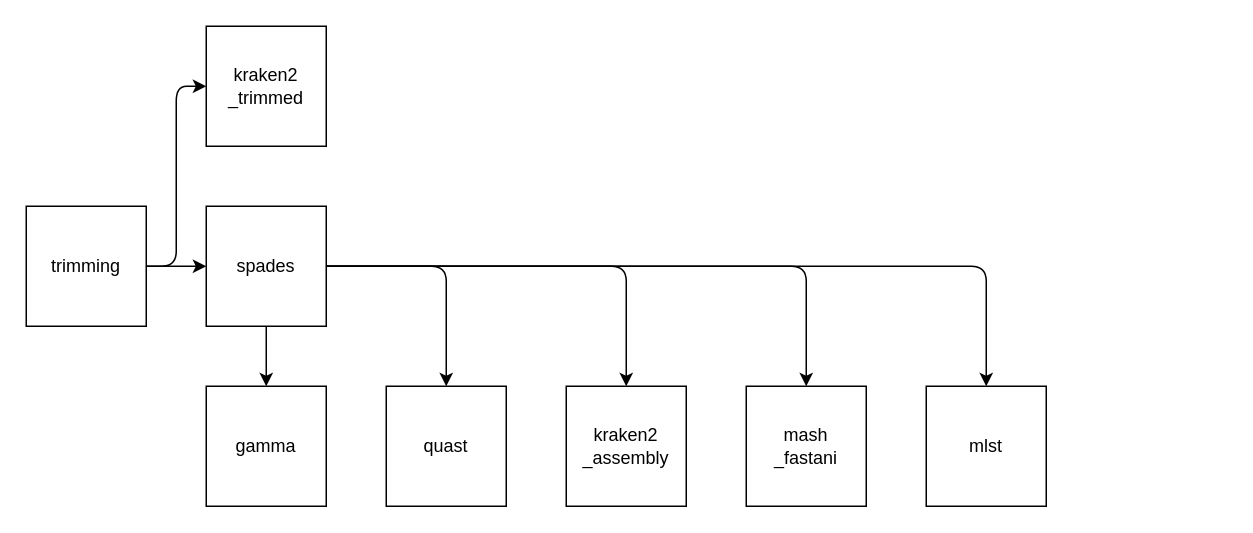
tanzim-rahman/wgs-pipeline keeps this draw.io diagram as pipeline.drawio. Above is the earlier version. Source tidied: cells renumbered, new cells numbered last; positions are measured from the earlier drawing's top-left corner, leaving out a move shared by most shapes. Both pictures are drawn from the tidied source at 150%, with x=0, y=0 at pixel (26, 26).
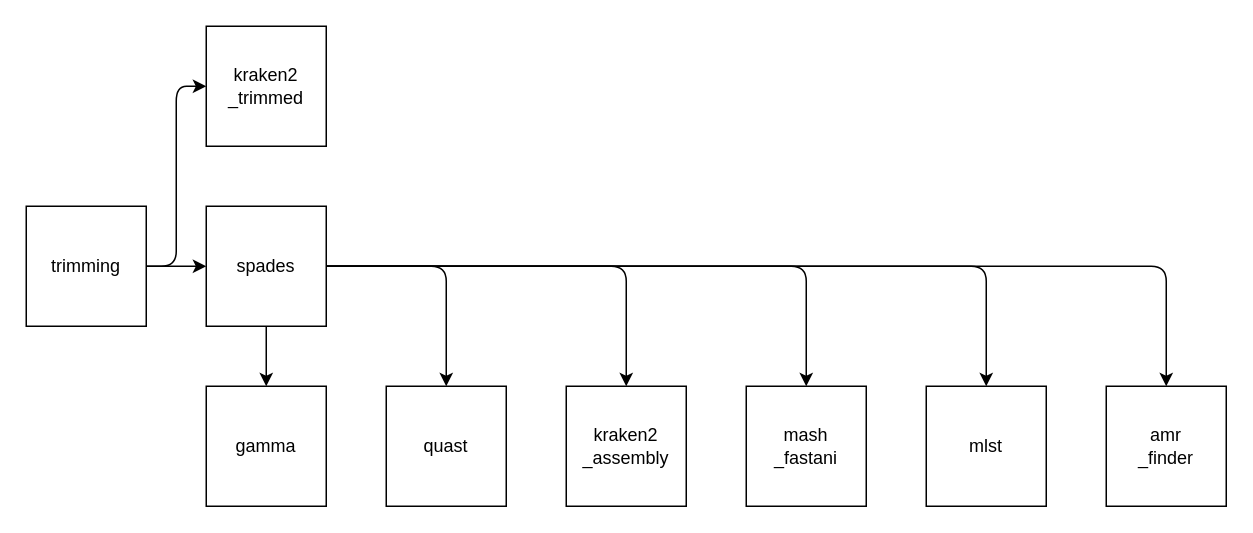
After the change.

Commit message (it also covers changes not shown here):
prepare amr_finder and add permissions to bin

The change refers to these unchanged cells:
```xml
<mxCell id="13" value="spades" style="whiteSpace=wrap;html=1;" parent="1" vertex="1">
  <mxGeometry x="120" y="120" width="80" height="80" as="geometry" />
</mxCell>
```

The edit, as a diff of the source:
```diff
@@
+    <mxCell id="17" style="edgeStyle=none;html=1;entryX=0.5;entryY=0;entryDx=0;entryDy=0;" parent="1" edge="1" source="13" target="18">
+      <mxGeometry relative="1" as="geometry">
+        <Array as="points">
+          <mxPoint x="760" y="160" />
+        </Array>
+      </mxGeometry>
+    </mxCell>
@@
+    <mxCell id="18" value="amr&lt;br&gt;_finder" style="whiteSpace=wrap;html=1;" parent="1" vertex="1">
+      <mxGeometry x="720" y="240" width="80" height="80" as="geometry" />
+    </mxCell>
```
